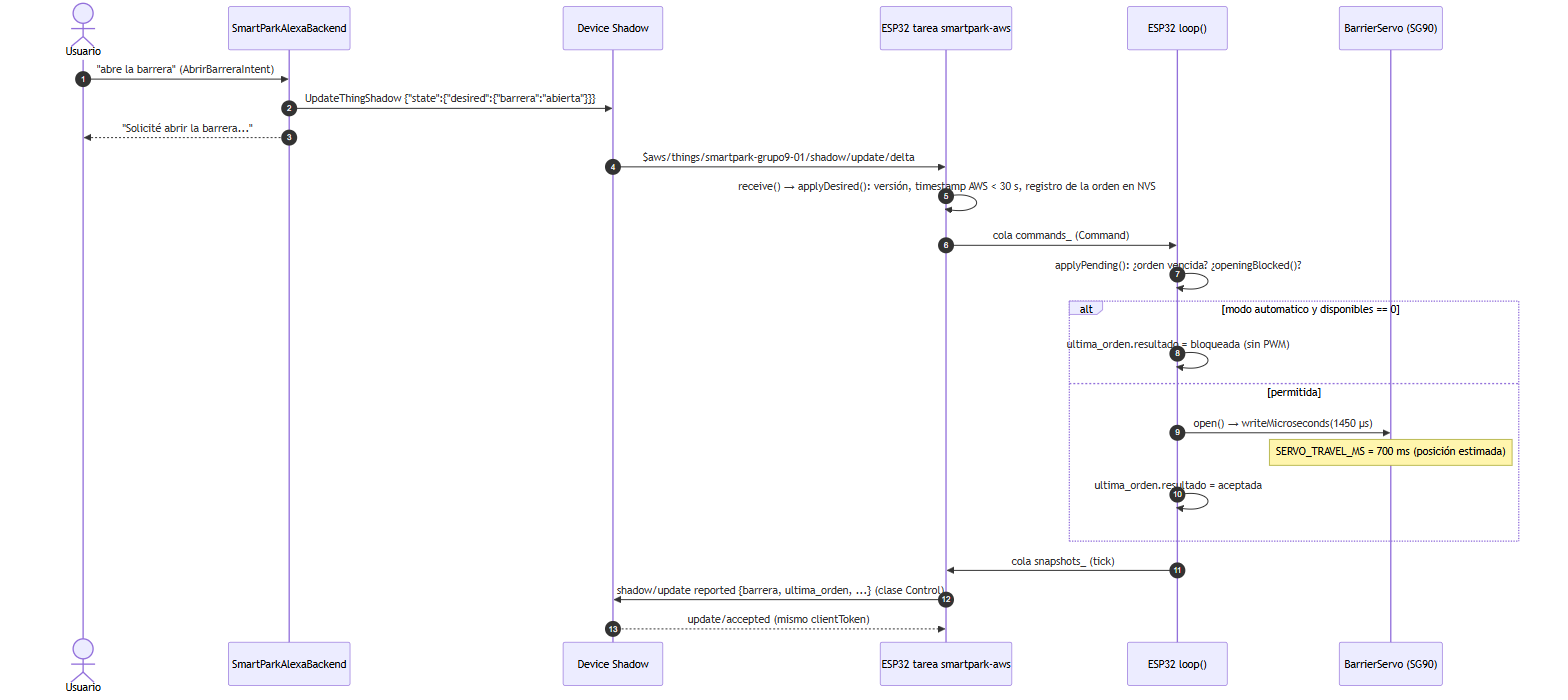
The Mermaid diagram docs/diagrams/07-secuencia-comando.png in ciriarte-dev/smartpark-iot-practice-4-aws-alexa, before a commit. Its source is kept beside it as docs/diagrams/07-secuencia-comando.mmd.
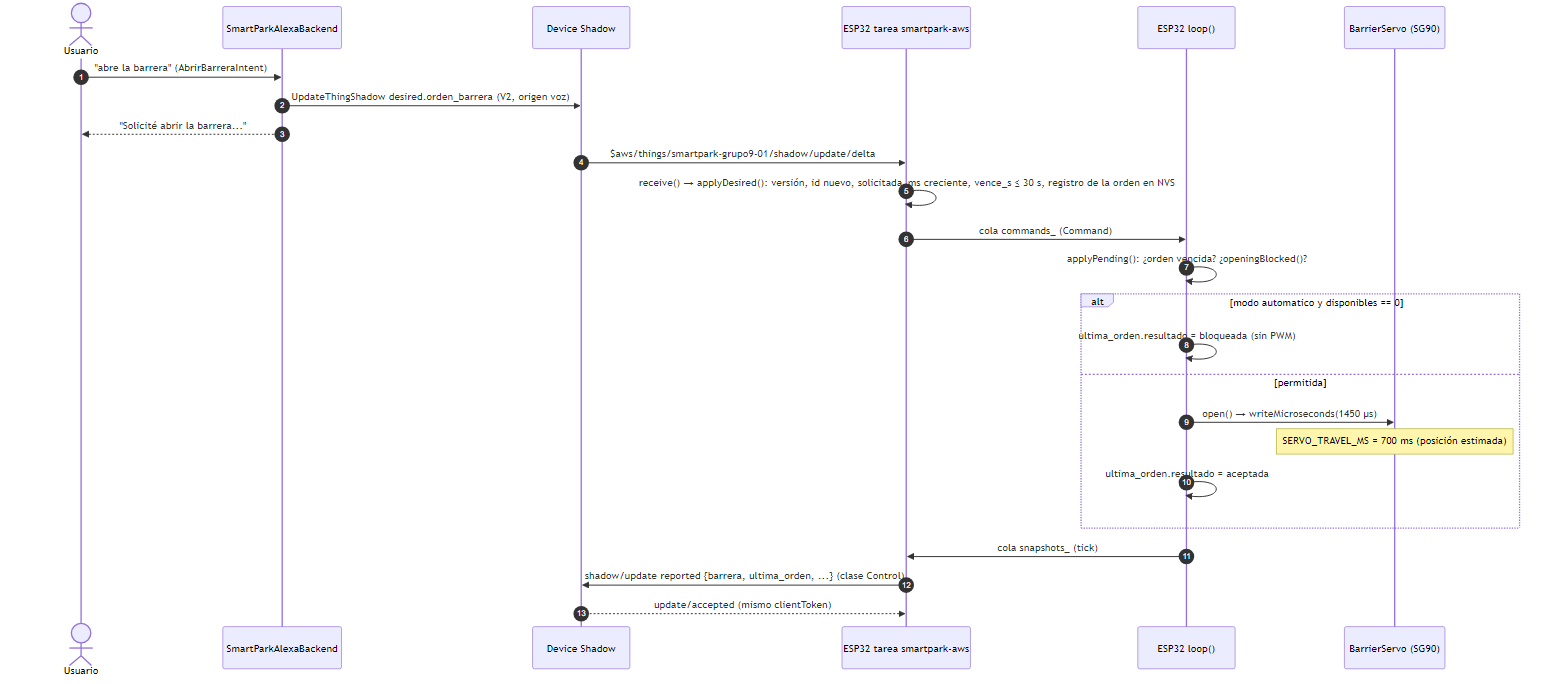
Above is the later version.

What changed in the source:
```diff
@@ -7,10 +7,10 @@
     participant LP as ESP32 loop()
     participant SV as BarrierServo (SG90)
     U->>LA: "abre la barrera" (AbrirBarreraIntent)
-    LA->>SH: UpdateThingShadow {"state":{"desired":{"barrera":"abierta"}}}
+    LA->>SH: UpdateThingShadow desired.orden_barrera (V2, origen voz)
     LA-->>U: "Solicité abrir la barrera..."
     SH->>NET: $aws/things/smartpark-grupo9-01/shadow/update/delta
-    NET->>NET: receive() → applyDesired(): versión, timestamp AWS < 30 s, registro de la orden en NVS
+    NET->>NET: receive() → applyDesired(): versión, id nuevo, solicitada_ms creciente, vence_s ≤ 30 s, registro de la orden en NVS
     NET->>LP: cola commands_ (Command)
     LP->>LP: applyPending(): ¿orden vencida? ¿openingBlocked()?
     alt modo automatico y disponibles == 0
```
